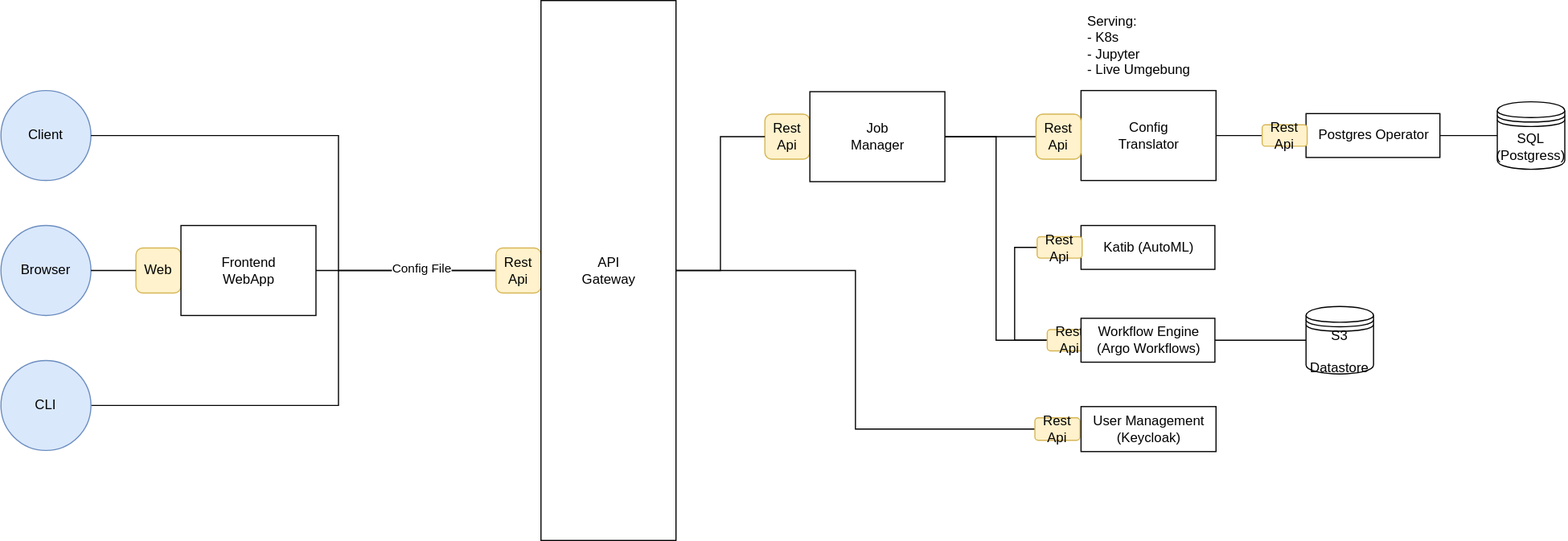
The draw.io diagram assets/Os4ML-Services.svg in WOGRA-AG/os4ml-docs, before a commit. Source tidied: cells renumbered, new cells last; positions are measured from the earlier drawing's top-left corner, leaving out a move shared by most shapes.
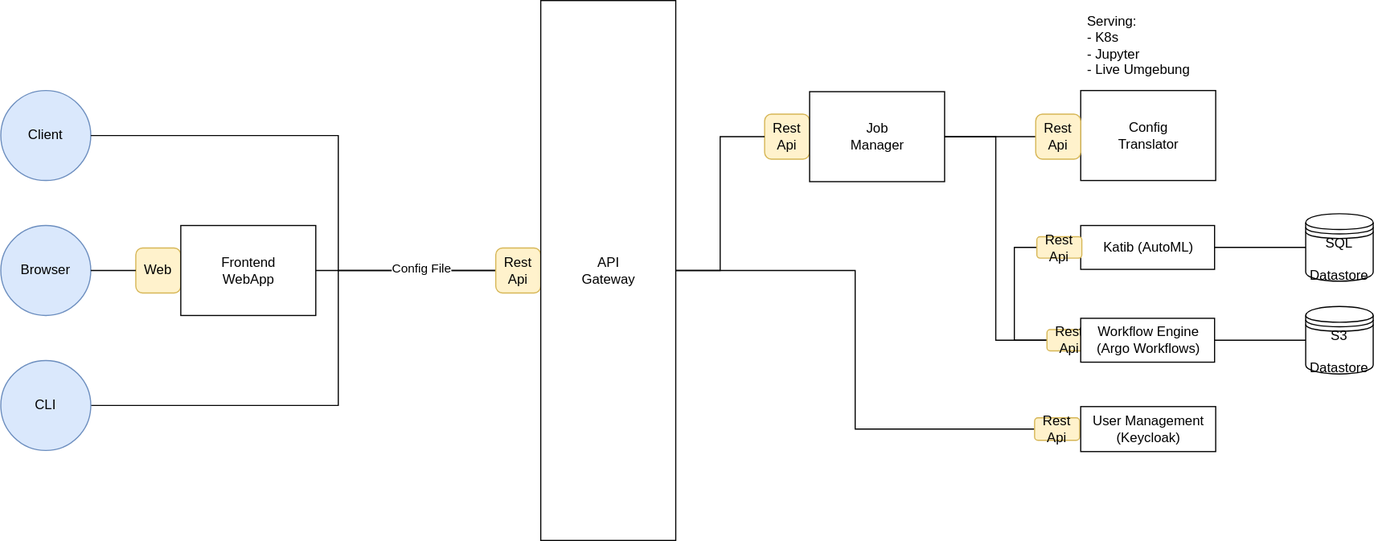
After the commit.

The edit, as a diff of the source:
```diff
@@ -57,9 +57,6 @@
     <mxCell id="17" value="&lt;div&gt;API&lt;/div&gt;&lt;div&gt;Gateway&lt;br&gt;&lt;/div&gt;" style="html=1;" parent="1" vertex="1">
       <mxGeometry x="480" width="120" height="480" as="geometry" />
     </mxCell>
-    <mxCell id="18" style="edgeStyle=orthogonalEdgeStyle;rounded=0;jettySize=auto;html=1;entryX=0;entryY=0.5;entryDx=0;entryDy=0;endArrow=none;endFill=0;" parent="1" edge="1" source="19" target="36">
-      <mxGeometry relative="1" as="geometry" />
-    </mxCell>
     <mxCell id="19" value="&lt;div&gt;Config&lt;br&gt;&lt;/div&gt;&lt;div&gt;Translator&lt;br&gt;&lt;/div&gt;" style="html=1;" parent="1" vertex="1">
       <mxGeometry x="960" y="80" width="120" height="80" as="geometry" />
     </mxCell>
@@ -98,23 +95,17 @@
     <mxCell id="30" value="&lt;div&gt;S3&lt;/div&gt;&lt;div&gt;&lt;br&gt;&lt;/div&gt;&lt;div&gt;Datastore&lt;br&gt;&lt;/div&gt;" style="shape=datastore;whiteSpace=wrap;html=1;" parent="1" vertex="1">
       <mxGeometry x="1160" y="272" width="60" height="60" as="geometry" />
     </mxCell>
+    <mxCell id="37" style="edgeStyle=orthogonalEdgeStyle;rounded=0;jettySize=auto;html=1;entryX=0;entryY=0.5;entryDx=0;entryDy=0;endArrow=none;endFill=0;" parent="1" edge="1" source="31" target="33">
+      <mxGeometry relative="1" as="geometry" />
+    </mxCell>
     <mxCell id="31" value="Katib (AutoML)" style="html=1;" parent="1" vertex="1">
       <mxGeometry x="960" y="200" width="119" height="39" as="geometry" />
     </mxCell>
     <mxCell id="32" value="&lt;div&gt;Rest&lt;/div&gt;&lt;div&gt;Api&lt;br&gt;&lt;/div&gt;" style="rounded=1;whiteSpace=wrap;html=1;fillColor=#fff2cc;strokeColor=#d6b656;" parent="1" vertex="1">
       <mxGeometry x="921" y="210" width="40" height="19" as="geometry" />
     </mxCell>
-    <mxCell id="33" value="&lt;div&gt;SQL&lt;/div&gt;&lt;div&gt;(Postgress)&lt;br&gt;&lt;/div&gt;" style="shape=datastore;whiteSpace=wrap;html=1;" parent="1" vertex="1">
-      <mxGeometry x="1330" y="90" width="60" height="60" as="geometry" />
+    <mxCell id="33" value="&lt;div&gt;SQL&lt;/div&gt;&lt;div&gt;&lt;br&gt;&lt;/div&gt;&lt;div&gt;Datastore&lt;br&gt;&lt;/div&gt;" style="shape=datastore;whiteSpace=wrap;html=1;" parent="1" vertex="1">
+      <mxGeometry x="1160" y="189.5" width="60" height="60" as="geometry" />
     </mxCell>
-    <mxCell id="34" style="edgeStyle=orthogonalEdgeStyle;rounded=0;jettySize=auto;html=1;entryX=0;entryY=0.5;entryDx=0;entryDy=0;endArrow=none;endFill=0;" parent="1" edge="1" source="35" target="33">
-      <mxGeometry relative="1" as="geometry" />
-    </mxCell>
-    <mxCell id="35" value="Postgres Operator" style="html=1;" parent="1" vertex="1">
-      <mxGeometry x="1160" y="100.5" width="119" height="39" as="geometry" />
-    </mxCell>
-    <mxCell id="36" value="&lt;div&gt;Rest&lt;/div&gt;&lt;div&gt;Api&lt;br&gt;&lt;/div&gt;" style="rounded=1;whiteSpace=wrap;html=1;fillColor=#fff2cc;strokeColor=#d6b656;" parent="1" vertex="1">
-      <mxGeometry x="1121" y="110.5" width="40" height="19" as="geometry" />
-    </mxCell>
   </root>
 </mxGraphModel>
```
